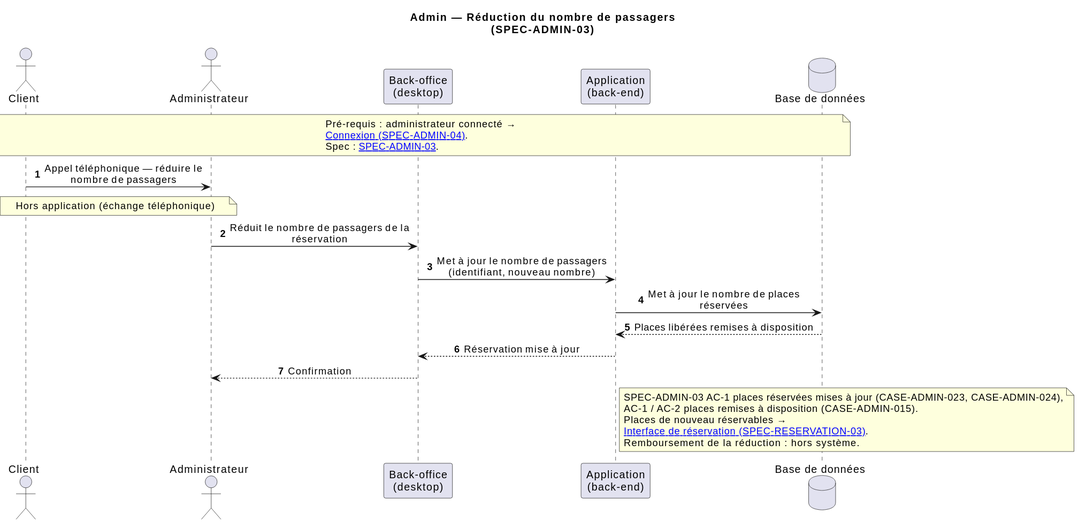
Before: concept/uml/sequences/admin-reduction-passagers.svg, a diagram exported from PlantUML (Pinguin211/Ti_Baleine).
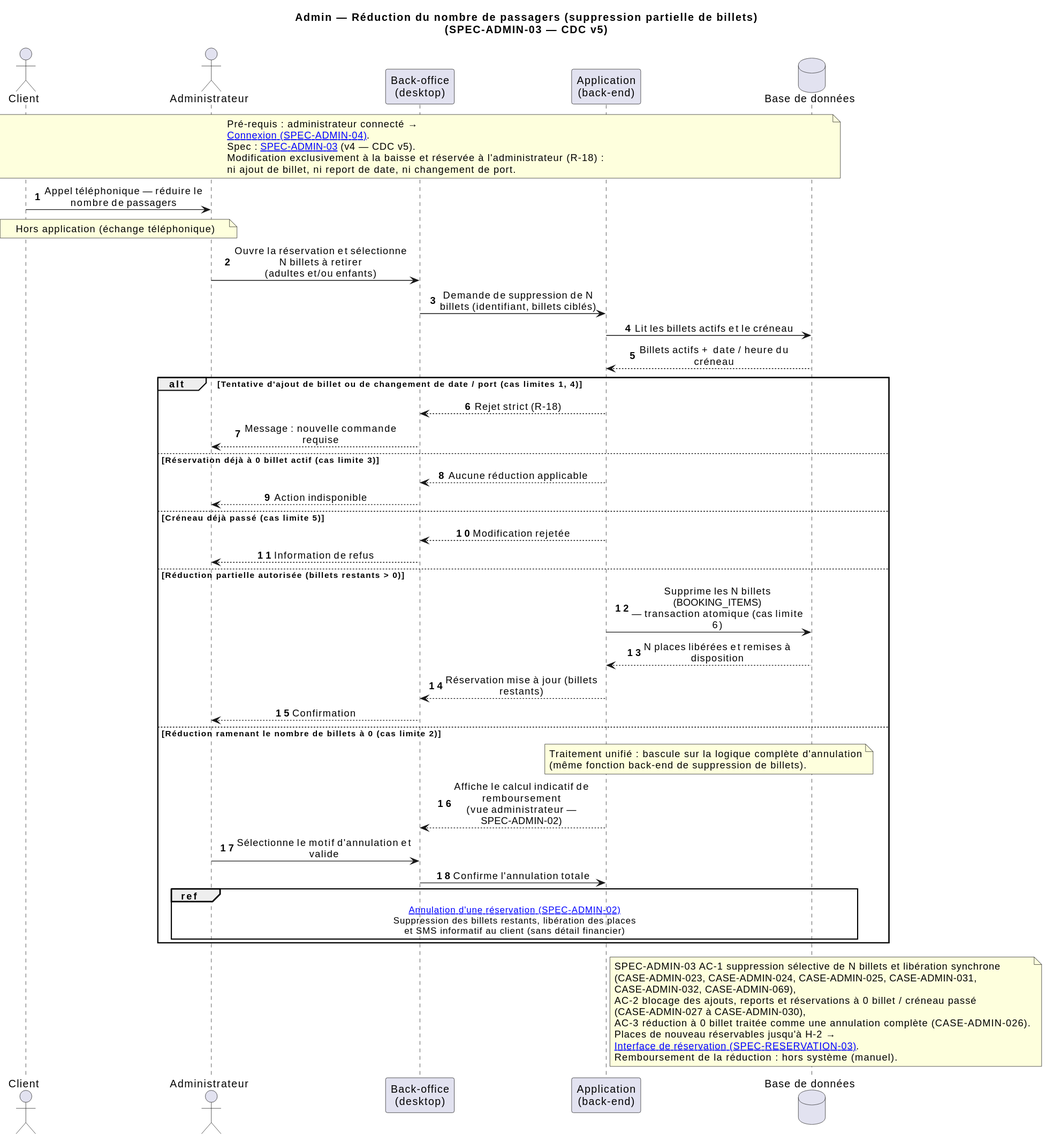
Above is the later version.

Diff of the diagram source:
```diff
@@ -1,5 +1,5 @@
 @startuml
-title Admin — Réduction du nombre de passagers\n(SPEC-ADMIN-03)
+title Admin — Réduction du nombre de passagers (suppression partielle de billets)\n(SPEC-ADMIN-03 — CDC v5)
 
 skinparam sequenceMessageAlign center
 skinparam maxMessageSize 240
@@ -14,22 +14,52 @@
 note over Client, BDD
   Pré-requis : administrateur connecté →
   [[admin-login.svg Connexion (SPEC-ADMIN-04)]].
-  Spec : [[../../../specs/admin.md SPEC-ADMIN-03]].
+  Spec : [[../../../specs/admin.md SPEC-ADMIN-03]] (v4 — CDC v5).
+  Modification exclusivement à la baisse et réservée à l'administrateur (R-18) :
+  ni ajout de billet, ni report de date, ni changement de port.
 end note
 
 Client -> Admin : Appel téléphonique — réduire le nombre de passagers
 note over Client, Admin : Hors application (échange téléphonique)
-Admin -> BO : Réduit le nombre de passagers de la réservation
-BO -> App : Met à jour le nombre de passagers (identifiant, nouveau nombre)
-App -> BDD : Met à jour le nombre de places réservées
-BDD --> App : Places libérées remises à disposition
-App --> BO : Réservation mise à jour
-BO --> Admin : Confirmation
+Admin -> BO : Ouvre la réservation et sélectionne N billets à retirer\n(adultes et/ou enfants)
+BO -> App : Demande de suppression de N billets (identifiant, billets ciblés)
+App -> BDD : Lit les billets actifs et le créneau
+BDD --> App : Billets actifs + date / heure du créneau
+
+alt Tentative d'ajout de billet ou de changement de date / port (cas limites 1, 4)
+    App --> BO : Rejet strict (R-18)
+    BO --> Admin : Message : nouvelle commande requise
+else Réservation déjà à 0 billet actif (cas limite 3)
+    App --> BO : Aucune réduction applicable
+    BO --> Admin : Action indisponible
+else Créneau déjà passé (cas limite 5)
+    App --> BO : Modification rejetée
+    BO --> Admin : Information de refus
+else Réduction partielle autorisée (billets restants > 0)
+    App -> BDD : Supprime les N billets (BOOKING_ITEMS)\n— transaction atomique (cas limite 6)
+    BDD --> App : N places libérées et remises à disposition
+    App --> BO : Réservation mise à jour (billets restants)
+    BO --> Admin : Confirmation
+else Réduction ramenant le nombre de billets à 0 (cas limite 2)
+    note over App, BDD
+      Traitement unifié : bascule sur la logique complète d'annulation
+      (même fonction back-end de suppression de billets).
+    end note
+    App --> BO : Affiche le calcul indicatif de remboursement\n(vue administrateur — SPEC-ADMIN-02)
+    Admin -> BO : Sélectionne le motif d'annulation et valide
+    BO -> App : Confirme l'annulation totale
+    ref over Admin, BDD : [[admin-annulation-reservation.svg Annulation d'une réservation (SPEC-ADMIN-02)]]\nSuppression des billets restants, libération des places\net SMS informatif au client (sans détail financier)
+end
+
 note right of App
-  SPEC-ADMIN-03 AC-1 places réservées mises à jour (CASE-ADMIN-023, CASE-ADMIN-024),
-  AC-1 / AC-2 places remises à disposition (CASE-ADMIN-015).
-  Places de nouveau réservables →
+  SPEC-ADMIN-03 AC-1 suppression sélective de N billets et libération synchrone
+  (CASE-ADMIN-023, CASE-ADMIN-024, CASE-ADMIN-025, CASE-ADMIN-031,
+  CASE-ADMIN-032, CASE-ADMIN-069),
+  AC-2 blocage des ajouts, reports et réservations à 0 billet / créneau passé
+  (CASE-ADMIN-027 à CASE-ADMIN-030),
+  AC-3 réduction à 0 billet traitée comme une annulation complète (CASE-ADMIN-026).
+  Places de nouveau réservables jusqu'à H-2 →
   [[reservation-1-consultation-a-paiement.svg Interface de réservation (SPEC-RESERVATION-03)]].
-  Remboursement de la réduction : hors système.
+  Remboursement de la réduction : hors système (manuel).
 end note
 @enduml
```
